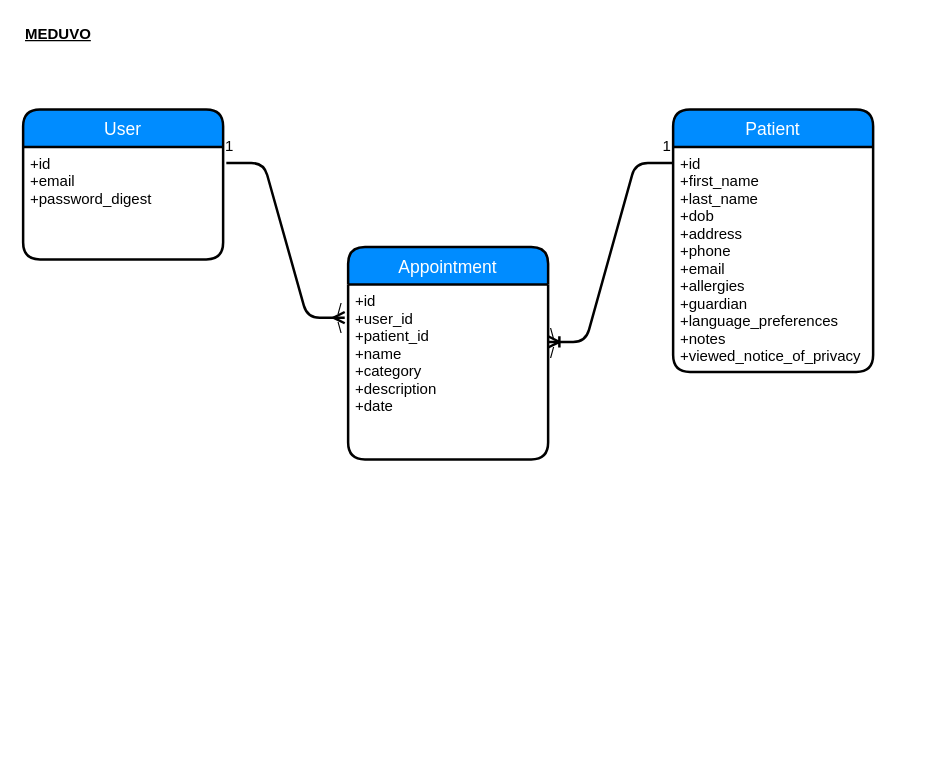
The draw.io diagram page "ERD" (1 of 3) of client/src/context/1.drawio in minchulan/meduvo, before the edit. Source tidied: cells renumbered, new cells numbered last; positions are measured from the earlier drawing's top-left corner, leaving out a move shared by most shapes. Both pictures are drawn from the tidied source at 125%, with x=0, y=0 at pixel (22, 21).
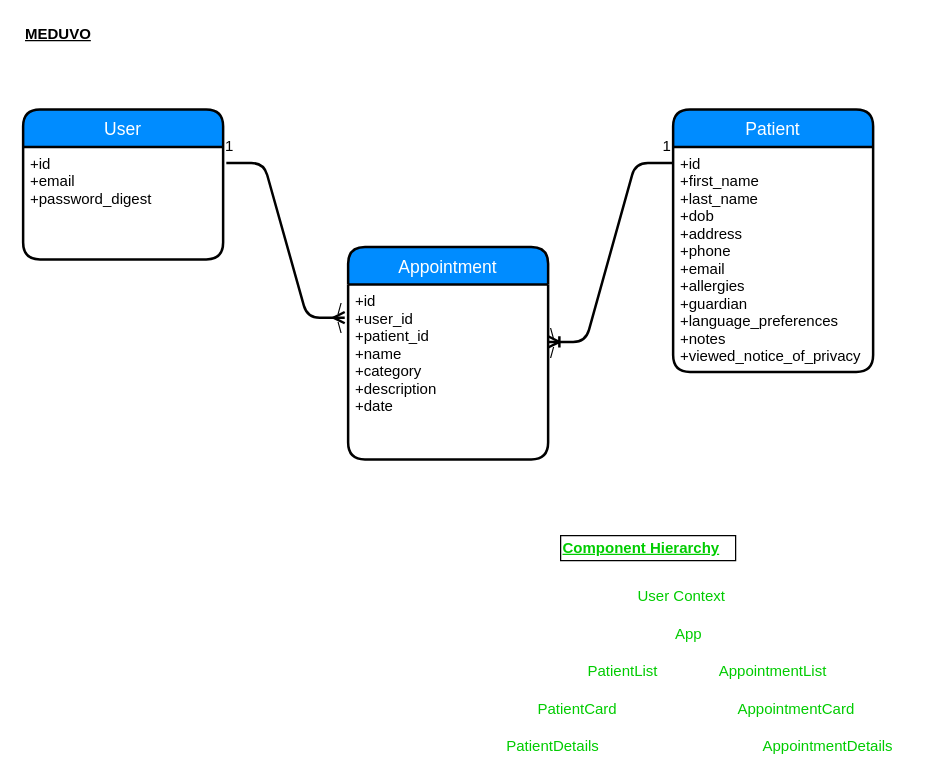
The same diagram, later.

Change to the diagram source:
```diff
@@
+    <mxCell id="17" value="&lt;b&gt;&lt;u&gt;Component Hierarchy&lt;/u&gt;&lt;/b&gt;" style="text;html=1;align=left;verticalAlign=top;spacingTop=-4;fontSize=12;fontColor=#00CC00;strokeColor=#000000;" parent="1" vertex="1">
+      <mxGeometry x="430" y="411" width="140" height="20" as="geometry" />
+    </mxCell>
+    <mxCell id="18" value="User Context&amp;nbsp;" style="text;html=1;align=left;verticalAlign=top;spacingTop=-4;fontSize=12;fontColor=#00CC00;" parent="1" vertex="1">
+      <mxGeometry x="490" y="450" width="90" height="20" as="geometry" />
+    </mxCell>
+    <mxCell id="19" value="App" style="text;html=1;align=left;verticalAlign=top;spacingTop=-4;fontSize=12;fontColor=#00CC00;" parent="1" vertex="1">
+      <mxGeometry x="520" y="480" width="40" height="20" as="geometry" />
+    </mxCell>
+    <mxCell id="20" value="PatientList" style="text;html=1;align=left;verticalAlign=top;spacingTop=-4;fontSize=12;fontColor=#00CC00;" parent="1" vertex="1">
+      <mxGeometry x="450" y="510" width="70" height="20" as="geometry" />
+    </mxCell>
+    <mxCell id="21" value="AppointmentList" style="text;html=1;align=left;verticalAlign=top;spacingTop=-4;fontSize=12;fontColor=#00CC00;" parent="1" vertex="1">
+      <mxGeometry x="555" y="510" width="100" height="20" as="geometry" />
+    </mxCell>
+    <mxCell id="22" value="AppointmentCard&amp;nbsp;" style="text;html=1;align=left;verticalAlign=top;spacingTop=-4;fontSize=12;fontColor=#00CC00;" parent="1" vertex="1">
+      <mxGeometry x="570" y="540" width="110" height="20" as="geometry" />
+    </mxCell>
+    <mxCell id="23" value="AppointmentDetails&amp;nbsp;" style="text;html=1;align=left;verticalAlign=top;spacingTop=-4;fontSize=12;fontColor=#00CC00;" parent="1" vertex="1">
+      <mxGeometry x="590" y="570" width="120" height="20" as="geometry" />
+    </mxCell>
+    <mxCell id="24" value="PatientCard" style="text;html=1;align=left;verticalAlign=top;spacingTop=-4;fontSize=12;fontColor=#00CC00;" parent="1" vertex="1">
+      <mxGeometry x="410" y="540" width="80" height="20" as="geometry" />
+    </mxCell>
+    <mxCell id="25" value="PatientDetails&amp;nbsp;" style="text;html=1;align=left;verticalAlign=top;spacingTop=-4;fontSize=12;fontColor=#00CC00;" parent="1" vertex="1">
+      <mxGeometry x="385" y="570" width="90" height="20" as="geometry" />
+    </mxCell>
```
